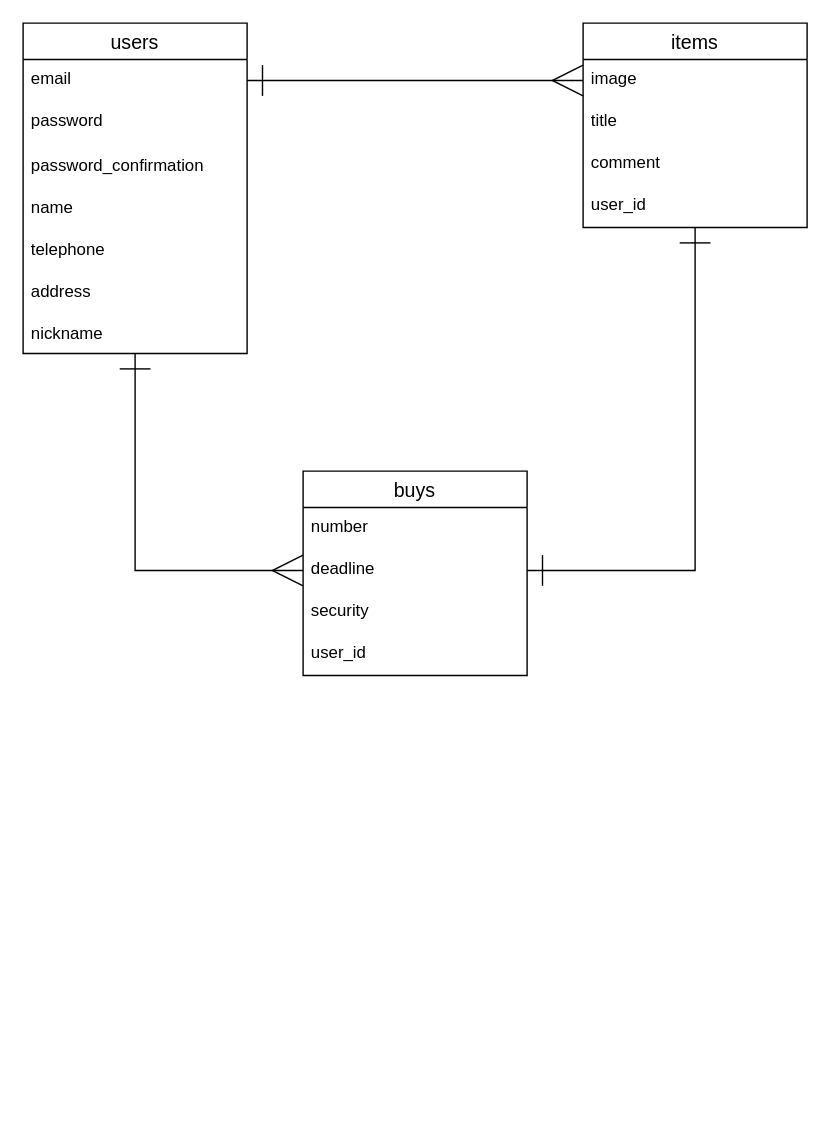
Before: test.dio in Mikoto882/furima-34334, a draw.io diagram. Source tidied: cells renumbered, new cells numbered last; positions are measured from the earlier drawing's top-left corner, leaving out a move shared by most shapes. Both pictures are drawn from the tidied source at 140%, with x=0, y=0 at pixel (22, 22).
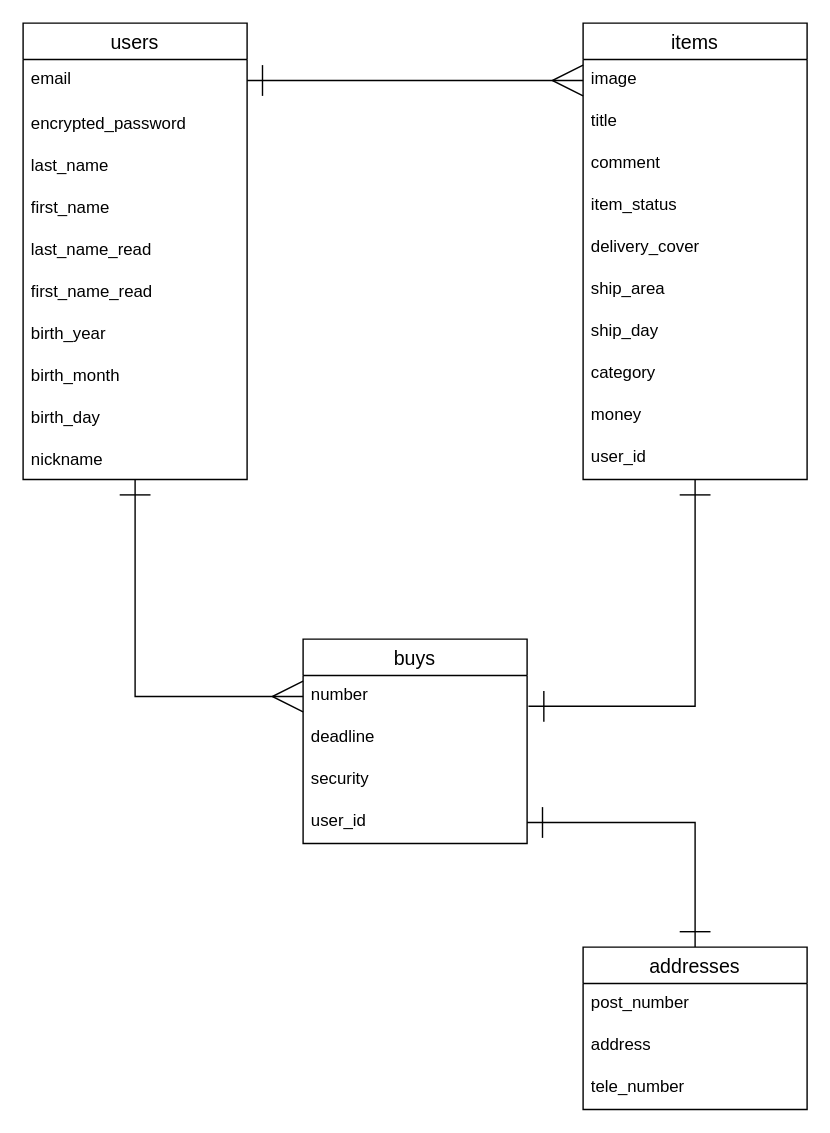
Above is the later version.

Commit message (it also covers changes not shown here):
DB設計修正後（2回目）

Unchanged cells that the change refers to:
```xml
<mxCell id="18" value="number" style="text;strokeColor=none;fillColor=none;spacingLeft=4;spacingRight=4;overflow=hidden;points=[[0,0.5],[1,0.5]];portConstraint=eastwest;fontSize=12;" parent="17" vertex="1">
  <mxGeometry y="26" width="160" height="30" as="geometry" />
</mxCell>
<mxCell id="19" value="deadline" style="text;strokeColor=none;fillColor=none;spacingLeft=4;spacingRight=4;overflow=hidden;points=[[0,0.5],[1,0.5]];portConstraint=eastwest;fontSize=12;" parent="17" vertex="1">
  <mxGeometry y="56" width="160" height="30" as="geometry" />
</mxCell>
<mxCell id="21" value="user_id" style="text;strokeColor=none;fillColor=none;spacingLeft=4;spacingRight=4;overflow=hidden;points=[[0,0.5],[1,0.5]];portConstraint=eastwest;fontSize=12;" parent="17" vertex="1">
  <mxGeometry y="116" width="160" height="30" as="geometry" />
</mxCell>
```

What changed in the source:
```diff
@@
-    <mxCell id="2" style="edgeStyle=orthogonalEdgeStyle;rounded=0;jettySize=auto;html=1;startArrow=ERone;startFill=0;endArrow=ERmany;endFill=0;startSize=20;endSize=20;strokeWidth=1;entryX=0;entryY=0.5;entryDx=0;entryDy=0;" parent="1" edge="1" source="3" target="19">
+    <mxCell id="2" style="edgeStyle=orthogonalEdgeStyle;rounded=0;jettySize=auto;html=1;startArrow=ERone;startFill=0;endArrow=ERmany;endFill=0;startSize=20;endSize=20;strokeWidth=1;entryX=0;entryY=0.5;entryDx=0;entryDy=0;" parent="1" edge="1" source="3" target="18">
       <mxGeometry relative="1" as="geometry" />
     </mxCell>
     <mxCell id="3" value="users" style="swimlane;fontStyle=0;horizontal=1;startSize=26;align=center;fontSize=14;" parent="1" vertex="1">
-      <mxGeometry width="160" height="236" as="geometry" />
+      <mxGeometry width="160" height="326" as="geometry" />
     </mxCell>
@@
-    <mxCell id="5" value="password" style="text;strokeColor=none;fillColor=none;spacingLeft=4;spacingRight=4;overflow=hidden;fontSize=12;" parent="3" vertex="1">
-      <mxGeometry y="56" width="160" height="30" as="geometry" />
-    </mxCell>
-    <mxCell id="6" value="password_confirmation" style="text;strokeColor=none;fillColor=none;spacingLeft=4;spacingRight=4;overflow=hidden;fontSize=12;verticalAlign=middle;" parent="3" vertex="1">
-      <mxGeometry y="86" width="160" height="30" as="geometry" />
+    <mxCell id="6" value="encrypted_password" style="text;strokeColor=none;fillColor=none;spacingLeft=4;spacingRight=4;overflow=hidden;fontSize=12;verticalAlign=middle;" parent="3" vertex="1">
+      <mxGeometry y="56" width="160" height="30" as="geometry" />
     </mxCell>
-    <mxCell id="7" value="name" style="text;strokeColor=none;fillColor=none;spacingLeft=4;spacingRight=4;overflow=hidden;fontSize=12;verticalAlign=middle;" parent="3" vertex="1">
-      <mxGeometry y="116" width="160" height="30" as="geometry" />
+    <mxCell id="7" value="last_name" style="text;strokeColor=none;fillColor=none;spacingLeft=4;spacingRight=4;overflow=hidden;fontSize=12;verticalAlign=middle;" parent="3" vertex="1">
+      <mxGeometry y="86" width="160" height="30" as="geometry" />
     </mxCell>
+    <mxCell id="23" value="first_name" style="text;strokeColor=none;fillColor=none;spacingLeft=4;spacingRight=4;overflow=hidden;fontSize=12;verticalAlign=middle;" parent="3" vertex="1">
+      <mxGeometry y="116" width="160" height="30" as="geometry" />
+    </mxCell>
+    <mxCell id="24" value="last_name_read" style="text;strokeColor=none;fillColor=none;spacingLeft=4;spacingRight=4;overflow=hidden;fontSize=12;verticalAlign=middle;" parent="3" vertex="1">
+      <mxGeometry y="146" width="160" height="30" as="geometry" />
+    </mxCell>
+    <mxCell id="25" value="first_name_read" style="text;strokeColor=none;fillColor=none;spacingLeft=4;spacingRight=4;overflow=hidden;fontSize=12;verticalAlign=middle;" parent="3" vertex="1">
+      <mxGeometry y="176" width="160" height="30" as="geometry" />
+    </mxCell>
-    <mxCell id="8" value="telephone" style="text;strokeColor=none;fillColor=none;spacingLeft=4;spacingRight=4;overflow=hidden;fontSize=12;verticalAlign=middle;" parent="3" vertex="1">
-      <mxGeometry y="146" width="160" height="30" as="geometry" />
+    <mxCell id="8" value="birth_year" style="text;strokeColor=none;fillColor=none;spacingLeft=4;spacingRight=4;overflow=hidden;fontSize=12;verticalAlign=middle;" parent="3" vertex="1">
+      <mxGeometry y="206" width="160" height="30" as="geometry" />
     </mxCell>
-    <mxCell id="9" value="address" style="text;strokeColor=none;fillColor=none;spacingLeft=4;spacingRight=4;overflow=hidden;fontSize=12;verticalAlign=middle;" parent="3" vertex="1">
-      <mxGeometry y="176" width="160" height="30" as="geometry" />
+    <mxCell id="9" value="birth_month" style="text;strokeColor=none;fillColor=none;spacingLeft=4;spacingRight=4;overflow=hidden;fontSize=12;verticalAlign=middle;" parent="3" vertex="1">
+      <mxGeometry y="236" width="160" height="30" as="geometry" />
     </mxCell>
+    <mxCell id="26" value="birth_day" style="text;strokeColor=none;fillColor=none;spacingLeft=4;spacingRight=4;overflow=hidden;fontSize=12;verticalAlign=middle;" parent="3" vertex="1">
+      <mxGeometry y="266" width="160" height="30" as="geometry" />
+    </mxCell>
     <mxCell id="10" value="nickname" style="text;strokeColor=none;fillColor=none;spacingLeft=4;spacingRight=4;overflow=hidden;fontSize=12;verticalAlign=middle;" parent="3" vertex="1">
-      <mxGeometry y="206" width="160" height="30" as="geometry" />
+      <mxGeometry y="296" width="160" height="30" as="geometry" />
     </mxCell>
-    <mxCell id="11" style="edgeStyle=orthogonalEdgeStyle;rounded=0;jettySize=auto;html=1;entryX=1;entryY=0.5;entryDx=0;entryDy=0;startArrow=ERone;startFill=0;endArrow=ERone;endFill=0;startSize=20;endSize=20;strokeWidth=1;" parent="1" edge="1" source="12" target="19">
+    <mxCell id="11" style="edgeStyle=orthogonalEdgeStyle;rounded=0;jettySize=auto;html=1;entryX=1.006;entryY=0.733;entryDx=0;entryDy=0;startArrow=ERone;startFill=0;endArrow=ERone;endFill=0;startSize=20;endSize=20;strokeWidth=1;entryPerimeter=0;" parent="1" edge="1" source="12" target="18">
       <mxGeometry relative="1" as="geometry" />
     </mxCell>
     <mxCell id="12" value="items" style="swimlane;fontStyle=0;horizontal=1;startSize=26;align=center;fontSize=14;" parent="1" vertex="1">
-      <mxGeometry x="400" width="160" height="146" as="geometry" />
+      <mxGeometry x="400" width="160" height="326" as="geometry" />
     </mxCell>
@@
+    <mxCell id="27" value="item_status" style="text;strokeColor=none;fillColor=none;spacingLeft=4;spacingRight=4;overflow=hidden;fontSize=12;" parent="12" vertex="1">
+      <mxGeometry y="116" width="160" height="30" as="geometry" />
+    </mxCell>
+    <mxCell id="28" value="delivery_cover" style="text;strokeColor=none;fillColor=none;spacingLeft=4;spacingRight=4;overflow=hidden;fontSize=12;" parent="12" vertex="1">
+      <mxGeometry y="146" width="160" height="30" as="geometry" />
+    </mxCell>
+    <mxCell id="29" value="ship_area" style="text;strokeColor=none;fillColor=none;spacingLeft=4;spacingRight=4;overflow=hidden;fontSize=12;" parent="12" vertex="1">
+      <mxGeometry y="176" width="160" height="30" as="geometry" />
+    </mxCell>
+    <mxCell id="30" value="ship_day" style="text;strokeColor=none;fillColor=none;spacingLeft=4;spacingRight=4;overflow=hidden;fontSize=12;" parent="12" vertex="1">
+      <mxGeometry y="206" width="160" height="30" as="geometry" />
+    </mxCell>
+    <mxCell id="31" value="category" style="text;strokeColor=none;fillColor=none;spacingLeft=4;spacingRight=4;overflow=hidden;fontSize=12;" parent="12" vertex="1">
+      <mxGeometry y="236" width="160" height="30" as="geometry" />
+    </mxCell>
+    <mxCell id="32" value="money" style="text;strokeColor=none;fillColor=none;spacingLeft=4;spacingRight=4;overflow=hidden;fontSize=12;" parent="12" vertex="1">
+      <mxGeometry y="266" width="160" height="30" as="geometry" />
+    </mxCell>
     <mxCell id="16" value="user_id" style="text;strokeColor=none;fillColor=none;spacingLeft=4;spacingRight=4;overflow=hidden;fontSize=12;" parent="12" vertex="1">
-      <mxGeometry y="116" width="160" height="30" as="geometry" />
+      <mxGeometry y="296" width="160" height="30" as="geometry" />
     </mxCell>
     <mxCell id="17" value="buys" style="swimlane;fontStyle=0;horizontal=1;startSize=26;align=center;fontSize=14;" parent="1" vertex="1">
-      <mxGeometry x="200" y="320" width="160" height="146" as="geometry" />
+      <mxGeometry x="200" y="440" width="160" height="146" as="geometry" />
     </mxCell>
@@
+    <mxCell id="33" value="addresses" style="swimlane;fontStyle=0;horizontal=1;startSize=26;align=center;fontSize=14;" parent="1" vertex="1">
+      <mxGeometry x="400" y="660" width="160" height="116" as="geometry" />
+    </mxCell>
+    <mxCell id="34" value="post_number" style="text;strokeColor=none;fillColor=none;spacingLeft=4;spacingRight=4;overflow=hidden;fontSize=12;" parent="33" vertex="1">
+      <mxGeometry y="26" width="160" height="30" as="geometry" />
+    </mxCell>
+    <mxCell id="35" value="address" style="text;strokeColor=none;fillColor=none;spacingLeft=4;spacingRight=4;overflow=hidden;fontSize=12;" parent="33" vertex="1">
+      <mxGeometry y="56" width="160" height="30" as="geometry" />
+    </mxCell>
+    <mxCell id="36" value="tele_number" style="text;strokeColor=none;fillColor=none;spacingLeft=4;spacingRight=4;overflow=hidden;fontSize=12;" parent="33" vertex="1">
+      <mxGeometry y="86" width="160" height="30" as="geometry" />
+    </mxCell>
+    <mxCell id="37" style="edgeStyle=orthogonalEdgeStyle;rounded=0;jettySize=auto;html=1;exitX=1;exitY=0.5;exitDx=0;exitDy=0;endArrow=ERone;endFill=0;endSize=20;startArrow=ERone;startFill=0;startSize=20;" parent="1" edge="1" source="21" target="33">
+      <mxGeometry relative="1" as="geometry" />
+    </mxCell>
```
